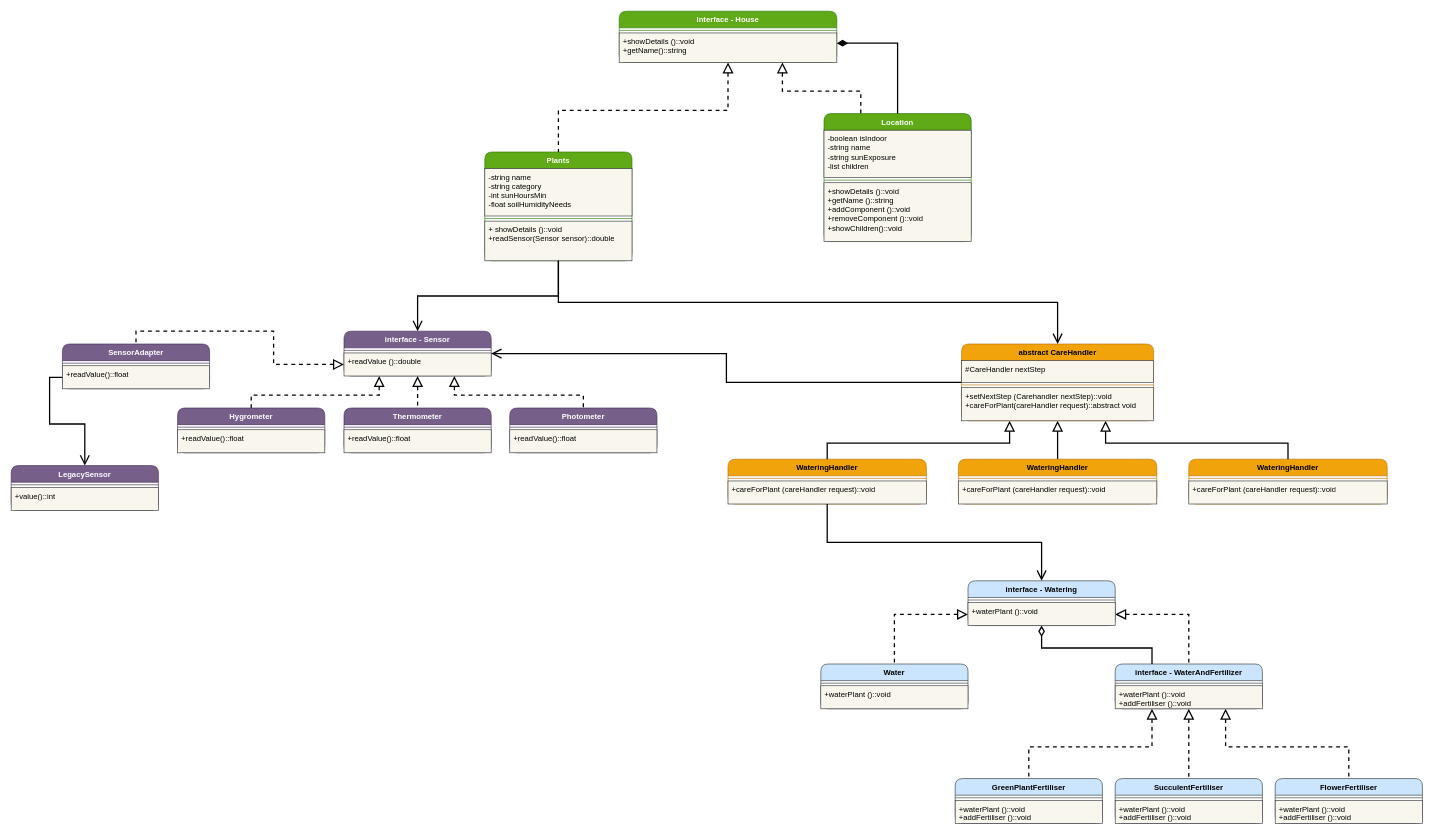
Above: smart_plant_app.drawio in Federico-Alessi/smartplantapp (draw.io), before the change. Source tidied: cells renumbered, new cells numbered last; positions are measured from the earlier drawing's top-left corner, leaving out a move shared by most shapes. Both pictures are drawn from the tidied source at 64%, with x=0, y=0 at pixel (11, 11).
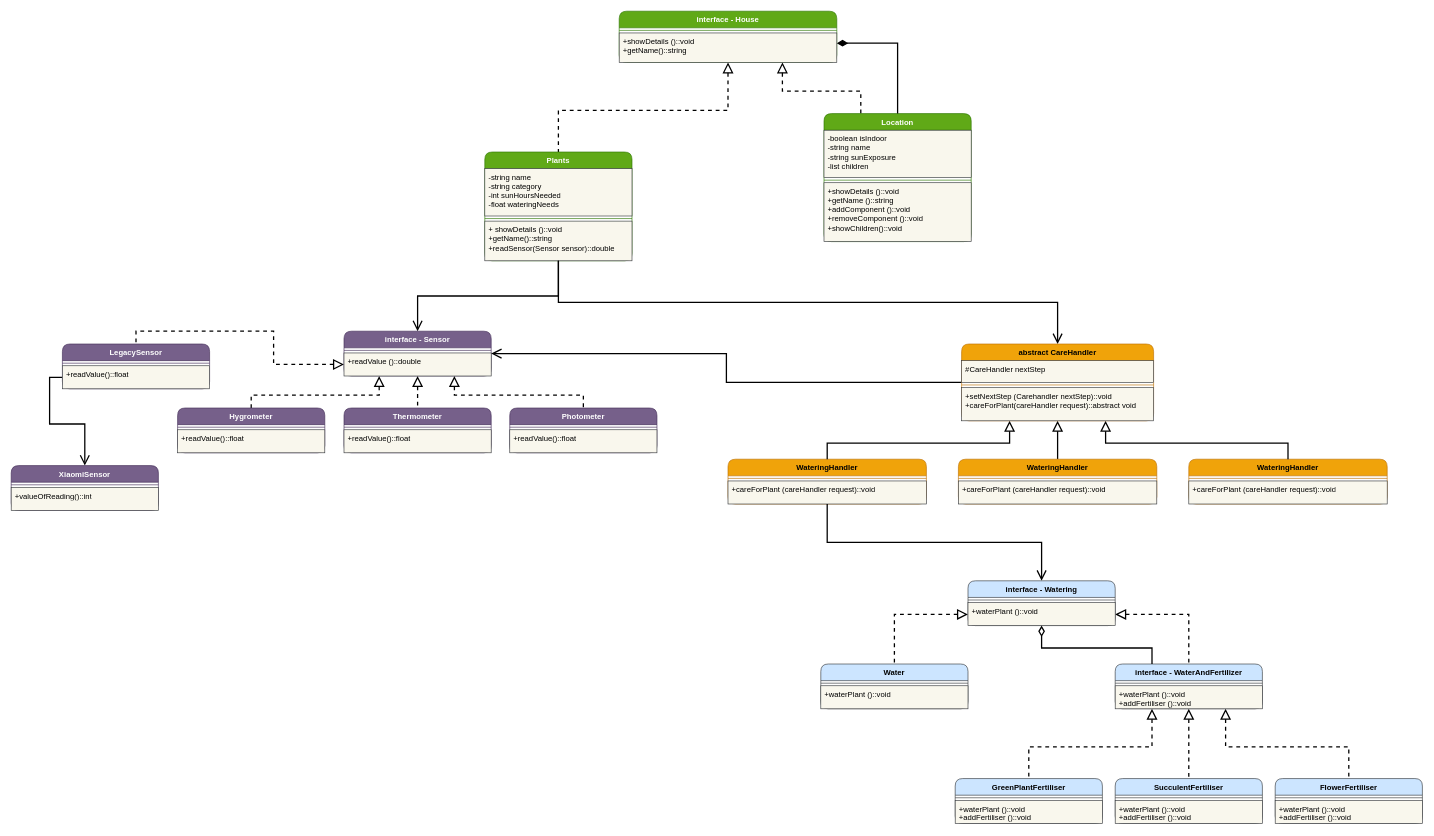
After the change.

Commit message (it also covers changes not shown here):
completed implementation of sensors and legacy sensor adapter

Unchanged cells that the change refers to:
```xml
<mxCell id="9" value="Plants" style="swimlane;fontStyle=1;align=center;verticalAlign=top;horizontal=1;startSize=26;whiteSpace=wrap;html=1;fillColor=#60a917;fontColor=#ffffff;strokeColor=#2D7600;rounded=1;shadow=0;glass=0;" parent="1" vertex="1">
  <mxGeometry x="740" y="220" width="230" height="170" as="geometry" />
</mxCell>
```

Change to the diagram source:
```diff
@@
-    <mxCell id="10" value="&lt;div&gt;-string name&lt;/div&gt;&lt;div&gt;-string category&lt;/div&gt;&lt;div&gt;-int sunHoursMin&lt;/div&gt;&lt;div&gt;-float soilHumidityNeeds&lt;/div&gt;" style="text;align=left;verticalAlign=top;spacingLeft=4;spacingRight=4;overflow=hidden;whiteSpace=wrap;html=1;fillColor=#f9f7ed;strokeColor=#36393d;" parent="9" vertex="1">
+    <mxCell id="10" value="&lt;div&gt;-string name&lt;/div&gt;&lt;div&gt;-string category&lt;/div&gt;&lt;div&gt;-int sunHoursNeeded&lt;/div&gt;&lt;div&gt;-float wateringNeeds&lt;/div&gt;" style="text;align=left;verticalAlign=top;spacingLeft=4;spacingRight=4;overflow=hidden;whiteSpace=wrap;html=1;fillColor=#f9f7ed;strokeColor=#36393d;" parent="9" vertex="1">
       <mxGeometry y="26" width="230" height="74" as="geometry" />
     </mxCell>
@@
-    <mxCell id="12" value="&lt;div&gt;+ showDetails ()::void&lt;/div&gt;+readSensor(Sensor sensor)::double" style="text;align=left;verticalAlign=top;spacingLeft=4;spacingRight=4;overflow=hidden;whiteSpace=wrap;html=1;fillColor=#f9f7ed;strokeColor=#36393d;" parent="9" vertex="1">
+    <mxCell id="12" value="&lt;div&gt;+ showDetails ()::void&lt;/div&gt;&lt;div&gt;+getName()::string&lt;/div&gt;+readSensor(Sensor sensor)::double" style="text;align=left;verticalAlign=top;spacingLeft=4;spacingRight=4;overflow=hidden;whiteSpace=wrap;html=1;fillColor=#f9f7ed;strokeColor=#36393d;" parent="9" vertex="1">
       <mxGeometry y="108" width="230" height="62" as="geometry" />
     </mxCell>
@@
-    <mxCell id="52" value="LegacySensor" style="swimlane;fontStyle=1;align=center;verticalAlign=top;horizontal=1;startSize=26;whiteSpace=wrap;html=1;fillColor=#76608a;strokeColor=#432D57;rounded=1;spacingLeft=4;spacingRight=4;fontFamily=Helvetica;fontSize=12;fontColor=#ffffff;" parent="1" vertex="1">
+    <mxCell id="52" value="XiaomiSensor" style="swimlane;fontStyle=1;align=center;verticalAlign=top;horizontal=1;startSize=26;whiteSpace=wrap;html=1;fillColor=#76608a;strokeColor=#432D57;rounded=1;spacingLeft=4;spacingRight=4;fontFamily=Helvetica;fontSize=12;fontColor=#ffffff;" parent="1" vertex="1">
       <mxGeometry y="710" width="230" height="70" as="geometry" />
     </mxCell>
@@
-    <mxCell id="54" value="+value()::int" style="text;align=left;verticalAlign=top;spacingLeft=4;spacingRight=4;overflow=hidden;whiteSpace=wrap;html=1;fillColor=#f9f7ed;strokeColor=#36393d;rounded=0;fontFamily=Helvetica;fontSize=12;fontColor=default;" parent="52" vertex="1">
+    <mxCell id="54" value="+valueOfReading()::int" style="text;align=left;verticalAlign=top;spacingLeft=4;spacingRight=4;overflow=hidden;whiteSpace=wrap;html=1;fillColor=#f9f7ed;strokeColor=#36393d;rounded=0;fontFamily=Helvetica;fontSize=12;fontColor=default;" parent="52" vertex="1">
       <mxGeometry y="34" width="230" height="36" as="geometry" />
     </mxCell>
-    <mxCell id="55" value="SensorAdapter" style="swimlane;fontStyle=1;align=center;verticalAlign=top;horizontal=1;startSize=26;whiteSpace=wrap;html=1;fillColor=#76608a;strokeColor=#432D57;rounded=1;spacingLeft=4;spacingRight=4;fontFamily=Helvetica;fontSize=12;fontColor=#ffffff;" parent="1" vertex="1">
+    <mxCell id="55" value="LegacySensor" style="swimlane;fontStyle=1;align=center;verticalAlign=top;horizontal=1;startSize=26;whiteSpace=wrap;html=1;fillColor=#76608a;strokeColor=#432D57;rounded=1;spacingLeft=4;spacingRight=4;fontFamily=Helvetica;fontSize=12;fontColor=#ffffff;" parent="1" vertex="1">
       <mxGeometry x="80" y="520" width="230" height="70" as="geometry" />
     </mxCell>
```
